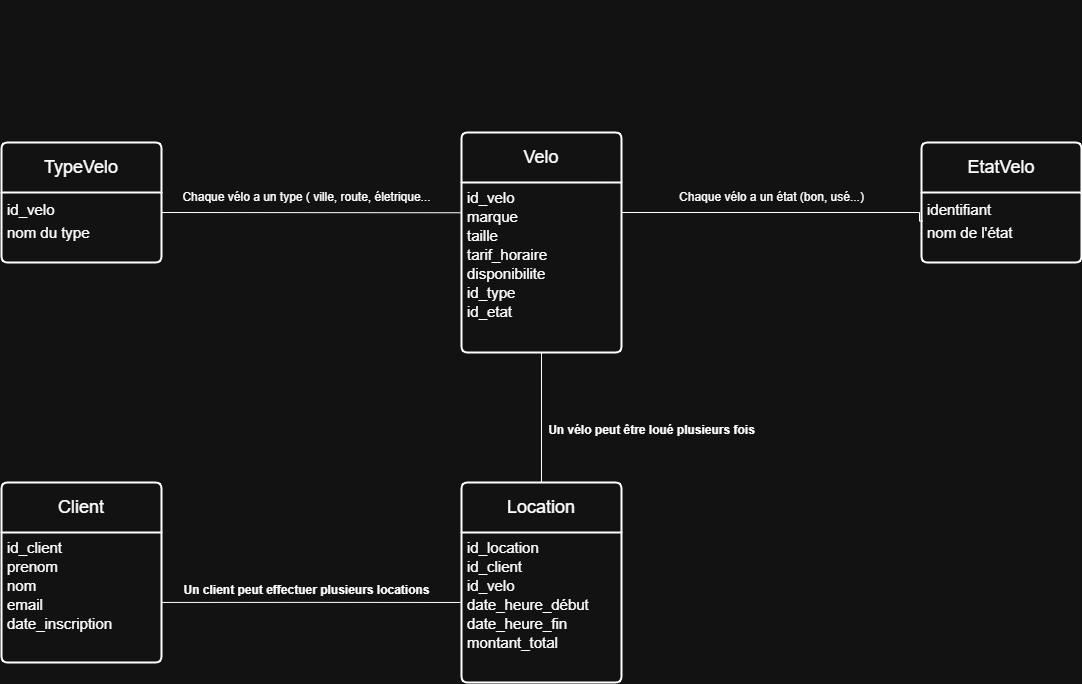
Above: locovelo/captures/LocoVeloMCD.drawio.png in NunoLVM/Parcours-SQL (draw.io), before the change. Source tidied: cells renumbered, new cells last; positions are measured from the earlier drawing's top-left corner, leaving out a move shared by most shapes. The source it was exported from:
```xml
<mxGraphModel>
  <root>
    <mxCell id="0" />
    <mxCell id="1" parent="0" />
    <mxCell id="2" value="&lt;font style=&quot;font-size: 18px;&quot;&gt;Client&lt;/font&gt;" style="swimlane;horizontal=1;startSize=50;rounded=1;fontSize=14;fontStyle=0;strokeWidth=2;shadow=0;dashed=0;align=center;arcSize=4;whiteSpace=wrap;html=1;" parent="1" vertex="1">
      <mxGeometry y="482" width="160" height="180" as="geometry" />
    </mxCell>
    <mxCell id="3" value="&lt;div style=&quot;line-height: 150%;&quot;&gt;&lt;span style=&quot;font-size: 15px;&quot;&gt;id_client&lt;/span&gt;&lt;/div&gt;&lt;div style=&quot;line-height: 150%;&quot;&gt;&lt;span style=&quot;font-size: 15px;&quot;&gt;prenom&lt;/span&gt;&lt;/div&gt;&lt;div style=&quot;line-height: 150%;&quot;&gt;&lt;span style=&quot;font-size: 15px;&quot;&gt;nom&lt;/span&gt;&lt;/div&gt;&lt;div style=&quot;line-height: 150%;&quot;&gt;&lt;span style=&quot;font-size: 15px;&quot;&gt;email&lt;/span&gt;&lt;/div&gt;&lt;div style=&quot;line-height: 150%;&quot;&gt;&lt;span style=&quot;font-size: 15px;&quot;&gt;date_inscription&lt;/span&gt;&lt;/div&gt;" style="align=left;strokeColor=none;fillColor=none;spacingLeft=4;spacingRight=4;fontSize=12;verticalAlign=top;html=1;whiteSpace=wrap;" parent="2" vertex="1">
      <mxGeometry y="50" width="160" height="130" as="geometry" />
    </mxCell>
    <mxCell id="4" style="edgeStyle=orthogonalEdgeStyle;rounded=0;jettySize=auto;html=1;endArrow=none;startFill=0;entryX=1;entryY=0.25;entryDx=0;entryDy=0;exitX=-0.006;exitY=0.178;exitDx=0;exitDy=0;exitPerimeter=0;" parent="1" edge="1" source="6" target="11">
      <mxGeometry relative="1" as="geometry">
        <Array as="points">
          <mxPoint x="460" y="212" />
          <mxPoint x="160" y="212" />
        </Array>
      </mxGeometry>
    </mxCell>
    <mxCell id="5" value="&lt;font style=&quot;font-size: 18px;&quot;&gt;Velo&lt;/font&gt;" style="swimlane;horizontal=1;startSize=50;rounded=1;fontSize=14;fontStyle=0;strokeWidth=2;shadow=0;dashed=0;align=center;arcSize=4;whiteSpace=wrap;html=1;" parent="1" vertex="1">
      <mxGeometry x="460" y="132" width="160" height="220" as="geometry" />
    </mxCell>
    <mxCell id="6" value="&lt;div style=&quot;line-height: 150%;&quot;&gt;&lt;div style=&quot;&quot;&gt;&lt;span style=&quot;font-size: 15px; background-color: transparent; color: light-dark(rgb(0, 0, 0), rgb(255, 255, 255)); text-wrap-mode: nowrap;&quot;&gt;id_velo&lt;/span&gt;&lt;/div&gt;&lt;div style=&quot;&quot;&gt;&lt;span style=&quot;text-wrap-mode: wrap; font-size: 15px; background-color: transparent; color: light-dark(rgb(0, 0, 0), rgb(255, 255, 255));&quot;&gt;marque&lt;/span&gt;&lt;/div&gt;&lt;div&gt;&lt;span style=&quot;line-height: 150%;&quot;&gt;&lt;font style=&quot;font-size: 15px;&quot;&gt;taille&lt;/font&gt;&lt;/span&gt;&lt;/div&gt;&lt;div&gt;&lt;span style=&quot;line-height: 150%;&quot;&gt;&lt;font style=&quot;font-size: 15px;&quot;&gt;tarif_horaire&lt;/font&gt;&lt;/span&gt;&lt;/div&gt;&lt;div&gt;&lt;span style=&quot;line-height: 150%;&quot;&gt;&lt;font style=&quot;font-size: 15px;&quot;&gt;disponibilite&lt;/font&gt;&lt;/span&gt;&lt;/div&gt;&lt;div&gt;&lt;span style=&quot;background-color: transparent; color: light-dark(rgb(0, 0, 0), rgb(255, 255, 255));&quot;&gt;&lt;font style=&quot;font-size: 15px;&quot;&gt;id_type&lt;/font&gt;&lt;/span&gt;&lt;/div&gt;&lt;div&gt;&lt;span style=&quot;background-color: transparent; color: light-dark(rgb(0, 0, 0), rgb(255, 255, 255));&quot;&gt;&lt;font style=&quot;font-size: 15px;&quot;&gt;id_etat&lt;/font&gt;&lt;/span&gt;&lt;/div&gt;&lt;/div&gt;" style="align=left;strokeColor=none;fillColor=none;spacingLeft=4;spacingRight=4;fontSize=12;verticalAlign=top;html=1;whiteSpace=wrap;" parent="5" vertex="1">
      <mxGeometry y="50" width="160" height="170" as="geometry" />
    </mxCell>
    <mxCell id="7" value="&lt;div style=&quot;line-height: 150%;&quot;&gt;&lt;br&gt;&lt;/div&gt;" style="align=left;strokeColor=none;fillColor=none;spacingLeft=4;spacingRight=4;fontSize=12;verticalAlign=top;html=1;whiteSpace=wrap;" parent="5" vertex="1">
      <mxGeometry y="220" width="160" as="geometry" />
    </mxCell>
    <mxCell id="8" value="&lt;font style=&quot;font-size: 18px;&quot;&gt;Location&lt;/font&gt;" style="swimlane;horizontal=1;startSize=50;rounded=1;fontSize=14;fontStyle=0;strokeWidth=2;shadow=0;dashed=0;align=center;arcSize=4;whiteSpace=wrap;html=1;" parent="1" vertex="1">
      <mxGeometry x="460" y="482" width="160" height="200" as="geometry" />
    </mxCell>
    <mxCell id="9" value="&lt;div style=&quot;line-height: 150%;&quot;&gt;&lt;span style=&quot;font-size: 15px; background-color: transparent; color: light-dark(rgb(0, 0, 0), rgb(255, 255, 255));&quot;&gt;id_location&lt;/span&gt;&lt;/div&gt;&lt;div style=&quot;line-height: 150%;&quot;&gt;&lt;span style=&quot;font-size: 15px; background-color: transparent; color: light-dark(rgb(0, 0, 0), rgb(255, 255, 255));&quot;&gt;id_client&lt;/span&gt;&lt;/div&gt;&lt;div style=&quot;line-height: 150%;&quot;&gt;&lt;span style=&quot;font-size: 15px;&quot;&gt;id_velo&lt;/span&gt;&lt;/div&gt;&lt;div style=&quot;line-height: 150%;&quot;&gt;&lt;span style=&quot;font-size: 15px;&quot;&gt;date_heure_début&lt;/span&gt;&lt;/div&gt;&lt;div style=&quot;line-height: 150%;&quot;&gt;&lt;span style=&quot;font-size: 15px;&quot;&gt;date_heure_fin&lt;/span&gt;&lt;/div&gt;&lt;div style=&quot;line-height: 150%;&quot;&gt;&lt;span style=&quot;font-size: 15px;&quot;&gt;montant_total&lt;/span&gt;&lt;/div&gt;" style="align=left;strokeColor=none;fillColor=none;spacingLeft=4;spacingRight=4;fontSize=12;verticalAlign=top;html=1;whiteSpace=wrap;" parent="8" vertex="1">
      <mxGeometry y="50" width="160" height="150" as="geometry" />
    </mxCell>
    <mxCell id="10" value="&lt;font style=&quot;font-size: 18px;&quot;&gt;TypeVelo&lt;/font&gt;" style="swimlane;horizontal=1;startSize=50;rounded=1;fontSize=14;fontStyle=0;strokeWidth=2;shadow=0;dashed=0;align=center;arcSize=4;whiteSpace=wrap;html=1;" parent="1" vertex="1">
      <mxGeometry y="142" width="160" height="120" as="geometry" />
    </mxCell>
    <mxCell id="11" value="&lt;div style=&quot;line-height: 150%;&quot;&gt;&lt;div&gt;&lt;font style=&quot;line-height: 150%; font-size: 15px;&quot;&gt;id_velo&lt;/font&gt;&lt;/div&gt;&lt;div&gt;&lt;font style=&quot;line-height: 150%; font-size: 15px;&quot;&gt;nom du type&lt;/font&gt;&lt;/div&gt;&lt;/div&gt;" style="align=left;strokeColor=none;fillColor=none;spacingLeft=4;spacingRight=4;fontSize=12;verticalAlign=top;html=1;whiteSpace=wrap;" parent="10" vertex="1">
      <mxGeometry y="50" width="160" height="70" as="geometry" />
    </mxCell>
    <mxCell id="12" value="&lt;font style=&quot;font-size: 18px;&quot;&gt;EtatVelo&lt;/font&gt;" style="swimlane;horizontal=1;startSize=50;rounded=1;fontSize=14;fontStyle=0;strokeWidth=2;shadow=0;dashed=0;align=center;arcSize=4;whiteSpace=wrap;html=1;" parent="1" vertex="1">
      <mxGeometry x="920" y="142" width="160" height="120" as="geometry" />
    </mxCell>
    <mxCell id="13" value="&lt;div style=&quot;line-height: 150%;&quot;&gt;&lt;div&gt;&lt;font style=&quot;line-height: 150%; font-size: 15px;&quot;&gt;identifiant&lt;/font&gt;&lt;/div&gt;&lt;div&gt;&lt;font style=&quot;line-height: 150%; font-size: 15px;&quot;&gt;nom de l'état&lt;/font&gt;&lt;/div&gt;&lt;/div&gt;" style="align=left;strokeColor=none;fillColor=none;spacingLeft=4;spacingRight=4;fontSize=13;verticalAlign=top;html=1;" parent="12" vertex="1">
      <mxGeometry y="50" width="160" height="70" as="geometry" />
    </mxCell>
    <mxCell id="14" style="edgeStyle=orthogonalEdgeStyle;rounded=0;jettySize=auto;html=1;exitX=1;exitY=0.538;exitDx=0;exitDy=0;entryX=-0.006;entryY=0.44;entryDx=0;entryDy=0;entryPerimeter=0;endArrow=none;startFill=0;exitPerimeter=0;" parent="1" edge="1" source="3">
      <mxGeometry relative="1" as="geometry">
        <mxPoint x="459" y="602" as="targetPoint" />
      </mxGeometry>
    </mxCell>
    <mxCell id="15" style="edgeStyle=orthogonalEdgeStyle;rounded=0;jettySize=auto;html=1;exitX=0.5;exitY=1;exitDx=0;exitDy=0;entryX=0.5;entryY=0;entryDx=0;entryDy=0;endArrow=none;startFill=0;" parent="1" edge="1" source="7" target="8">
      <mxGeometry relative="1" as="geometry" />
    </mxCell>
    <mxCell id="16" style="endArrow=none;html=1;rounded=0;edgeStyle=orthogonalEdgeStyle;entryX=0.007;entryY=0.408;entryDx=0;entryDy=0;entryPerimeter=0;" parent="1" edge="1" target="13">
      <mxGeometry relative="1" as="geometry">
        <mxPoint x="620" y="322" as="sourcePoint" />
        <Array as="points">
          <mxPoint x="620" y="212" />
          <mxPoint x="918" y="212" />
          <mxPoint x="918" y="221" />
        </Array>
      </mxGeometry>
    </mxCell>
    <mxCell id="17" value="&lt;table&gt;&lt;tbody&gt;&lt;tr&gt;&lt;td&gt;&lt;strong&gt;Un client peut effectuer plusieurs locations&lt;/strong&gt;&lt;/td&gt;&lt;/tr&gt;&lt;tr&gt;&lt;td&gt;&lt;/td&gt;&lt;/tr&gt;&lt;/tbody&gt;&lt;/table&gt;" style="text;html=1;align=center;verticalAlign=middle;strokeColor=none;fillColor=none;" parent="1" vertex="1">
      <mxGeometry x="170" y="572" width="270" height="40" as="geometry" />
    </mxCell>
    <mxCell id="18" value="&lt;table&gt;&lt;tbody&gt;&lt;tr&gt;&lt;td&gt;&lt;strong&gt;Un vélo peut être loué plusieurs fois&lt;/strong&gt;&lt;/td&gt;&lt;/tr&gt;&lt;tr&gt;&lt;td&gt;&lt;/td&gt;&lt;/tr&gt;&lt;/tbody&gt;&lt;/table&gt;" style="text;html=1;align=center;verticalAlign=middle;strokeColor=none;fillColor=none;" parent="1" vertex="1">
      <mxGeometry x="530" y="412" width="240" height="40" as="geometry" />
    </mxCell>
    <mxCell id="19" value="Chaque vélo a un type ( ville, route, életrique..." style="text;html=1;align=center;verticalAlign=middle;strokeColor=none;fillColor=none;" parent="1" vertex="1">
      <mxGeometry x="170" y="182" width="270" height="30" as="geometry" />
    </mxCell>
    <mxCell id="20" value="&lt;table&gt;&lt;/table&gt;" style="text;html=1;align=center;verticalAlign=middle;strokeColor=none;fillColor=none;" parent="1" vertex="1">
      <mxGeometry x="755" width="30" height="10" as="geometry" />
    </mxCell>
    <mxCell id="21" value="Chaque vélo a un état (bon, usé...)" style="text;html=1;align=center;verticalAlign=middle;strokeColor=none;fillColor=none;" parent="1" vertex="1">
      <mxGeometry x="665" y="182" width="210" height="30" as="geometry" />
    </mxCell>
  </root>
</mxGraphModel>
```
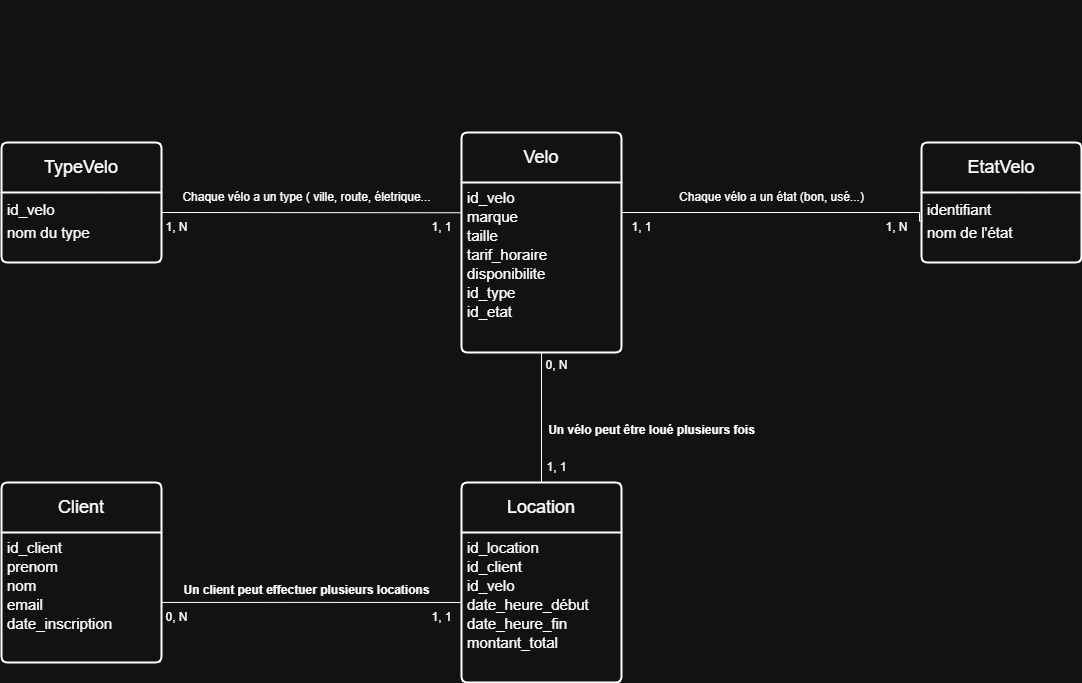
The same diagram one commit later.

Diff of the diagram source:
```diff
@@ -76,5 +76,29 @@
     <mxCell id="21" value="Chaque vélo a un état (bon, usé...)" style="text;html=1;align=center;verticalAlign=middle;strokeColor=none;fillColor=none;" parent="1" vertex="1">
       <mxGeometry x="665" y="182" width="210" height="30" as="geometry" />
     </mxCell>
+    <mxCell id="22" value="1, N" style="text;html=1;align=center;verticalAlign=middle;strokeColor=none;fillColor=none;" parent="1" vertex="1">
+      <mxGeometry x="150" y="212" width="50" height="30" as="geometry" />
+    </mxCell>
+    <mxCell id="23" value="1, 1" style="text;html=1;align=center;verticalAlign=middle;strokeColor=none;fillColor=none;" parent="1" vertex="1">
+      <mxGeometry x="420" y="212" width="40" height="30" as="geometry" />
+    </mxCell>
+    <mxCell id="24" value="1, 1" style="text;html=1;align=center;verticalAlign=middle;strokeColor=none;fillColor=none;" parent="1" vertex="1">
+      <mxGeometry x="620" y="212" width="40" height="30" as="geometry" />
+    </mxCell>
+    <mxCell id="25" value="1, N" style="text;html=1;align=center;verticalAlign=middle;strokeColor=none;fillColor=none;" parent="1" vertex="1">
+      <mxGeometry x="870" y="212" width="50" height="30" as="geometry" />
+    </mxCell>
+    <mxCell id="26" value="0, N&lt;div&gt;&lt;br&gt;&lt;/div&gt;" style="text;html=1;align=center;verticalAlign=middle;strokeColor=none;fillColor=none;" parent="1" vertex="1">
+      <mxGeometry x="530" y="352" width="50" height="40" as="geometry" />
+    </mxCell>
+    <mxCell id="27" value="1, 1" style="text;html=1;align=center;verticalAlign=middle;strokeColor=none;fillColor=none;" parent="1" vertex="1">
+      <mxGeometry x="535" y="452" width="40" height="30" as="geometry" />
+    </mxCell>
+    <mxCell id="28" value="1, 1" style="text;html=1;align=center;verticalAlign=middle;strokeColor=none;fillColor=none;" parent="1" vertex="1">
+      <mxGeometry x="420" y="602" width="40" height="30" as="geometry" />
+    </mxCell>
+    <mxCell id="29" value="0, N" style="text;html=1;align=center;verticalAlign=middle;strokeColor=none;fillColor=none;" parent="1" vertex="1">
+      <mxGeometry x="150" y="602" width="50" height="30" as="geometry" />
+    </mxCell>
   </root>
 </mxGraphModel>
```
